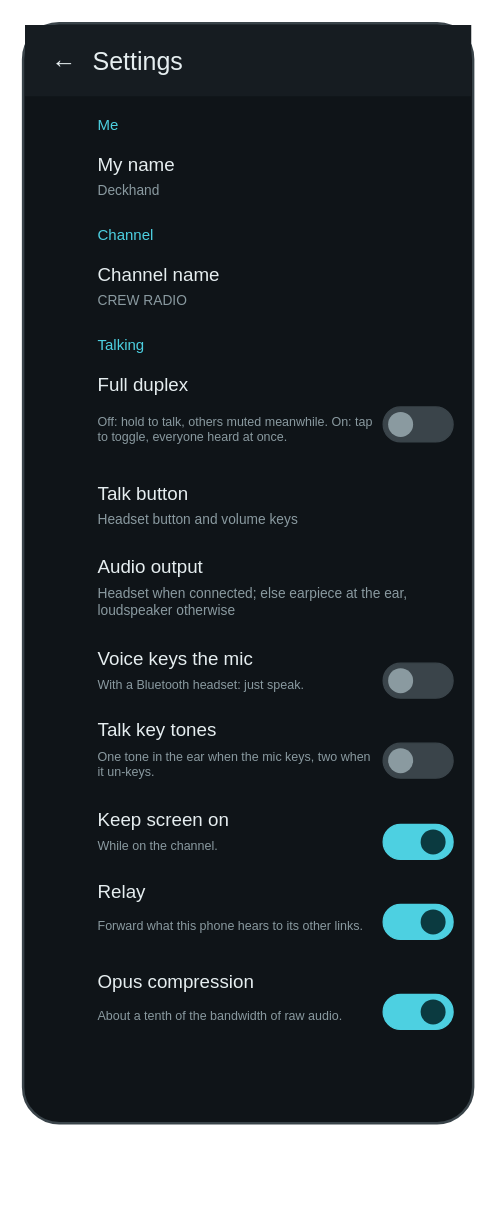
Earlier version of the draw.io diagram docs/diagrams/screen-settings.drawio (KEGustafsson/android-push-to-talk). Source tidied: cells renumbered, new cells numbered last; positions are measured from the earlier drawing's top-left corner, leaving out a move shared by most shapes. Both pictures are drawn from the tidied source at 125%, with x=0, y=0 at pixel (22, 22).
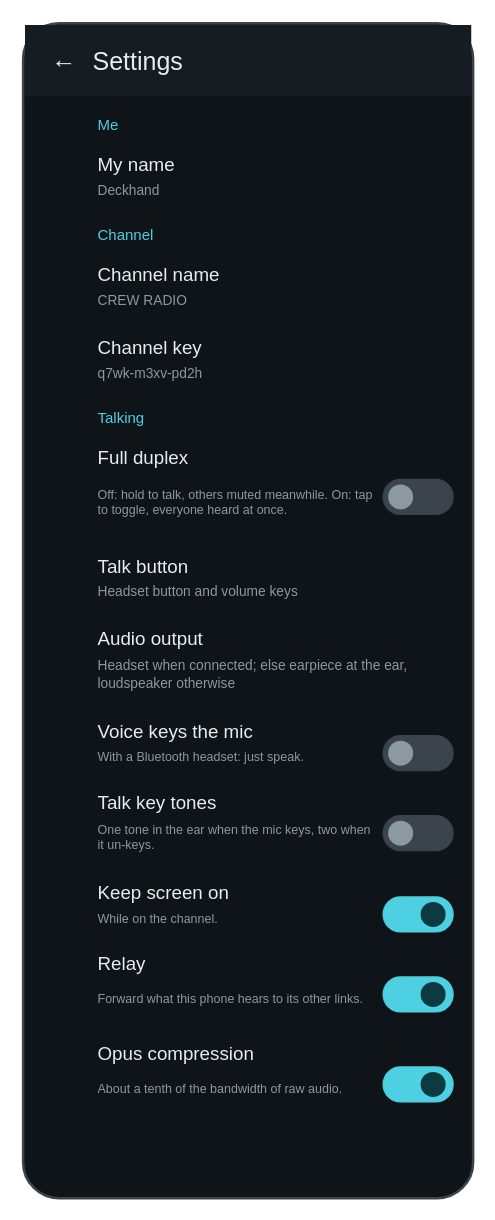
After the change.

The edit, as a diff of the source:
```diff
@@
     <mxCell id="2" style="rounded=1;arcSize=8;whiteSpace=wrap;html=1;fillColor=#0F1418;strokeColor=#3A444A;strokeWidth=2;" parent="1" vertex="1">
-      <mxGeometry width="360" height="880" as="geometry" />
+      <mxGeometry width="360" height="940" as="geometry" />
     </mxCell>
@@
-    <mxCell id="12" value="Talking" style="text;html=1;whiteSpace=wrap;align=left;verticalAlign=middle;fontSize=12;fontColor=#4DD0E1;fontFamily=Helvetica;spacing=0;" parent="1" vertex="1">
-      <mxGeometry x="60" y="248" width="200" height="20" as="geometry" />
+    <mxCell id="12" value="Channel key" style="text;html=1;whiteSpace=wrap;align=left;verticalAlign=middle;fontSize=15;fontColor=#E6EEF0;fontFamily=Helvetica;spacing=0;" parent="1" vertex="1">
+      <mxGeometry x="60" y="248" width="260" height="22" as="geometry" />
     </mxCell>
+    <mxCell id="41" value="q7wk-m3xv-pd2h" style="text;html=1;whiteSpace=wrap;align=left;verticalAlign=middle;fontSize=11;fontColor=#8A9AA0;fontFamily=Helvetica;spacing=0;" parent="1" vertex="1">
+      <mxGeometry x="60" y="270" width="260" height="20" as="geometry" />
+    </mxCell>
-    <mxCell id="13" value="Full duplex" style="text;html=1;whiteSpace=wrap;align=left;verticalAlign=middle;fontSize=15;fontColor=#E6EEF0;fontFamily=Helvetica;spacing=0;" parent="1" vertex="1">
-      <mxGeometry x="60" y="278" width="220" height="22" as="geometry" />
+    <mxCell id="13" value="Talking" style="text;html=1;whiteSpace=wrap;align=left;verticalAlign=middle;fontSize=12;fontColor=#4DD0E1;fontFamily=Helvetica;spacing=0;" parent="1" vertex="1">
+      <mxGeometry x="60" y="306" width="200" height="20" as="geometry" />
     </mxCell>
-    <mxCell id="14" value="Off: hold to talk, others muted meanwhile. On: tap to toggle, everyone heard at once." style="text;html=1;whiteSpace=wrap;align=left;verticalAlign=middle;fontSize=10;fontColor=#8A9AA0;fontFamily=Helvetica;spacing=0;" parent="1" vertex="1">
-      <mxGeometry x="60" y="300" width="220" height="49" as="geometry" />
-    </mxCell>
-    <mxCell id="15" style="rounded=1;arcSize=50;whiteSpace=wrap;html=1;fillColor=#3A444A;strokeColor=#3A444A;strokeWidth=1;fontSize=12;fontColor=#E6EEF0;fontFamily=Courier New;" parent="1" vertex="1">
-      <mxGeometry x="288" y="307" width="56" height="28" as="geometry" />
-    </mxCell>
-    <mxCell id="16" style="ellipse;whiteSpace=wrap;html=1;fillColor=#8A9AA0;strokeColor=none;" parent="1" vertex="1">
-      <mxGeometry x="292" y="311" width="20" height="20" as="geometry" />
-    </mxCell>
-    <mxCell id="17" value="Talk button" style="text;html=1;whiteSpace=wrap;align=left;verticalAlign=middle;fontSize=15;fontColor=#E6EEF0;fontFamily=Helvetica;spacing=0;" parent="1" vertex="1">
-      <mxGeometry x="60" y="365" width="260" height="22" as="geometry" />
+    <mxCell id="17" value="Full duplex" style="text;html=1;whiteSpace=wrap;align=left;verticalAlign=middle;fontSize=15;fontColor=#E6EEF0;fontFamily=Helvetica;spacing=0;" parent="1" vertex="1">
+      <mxGeometry x="60" y="336" width="220" height="22" as="geometry" />
     </mxCell>
-    <mxCell id="18" value="Headset button and volume keys" style="text;html=1;whiteSpace=wrap;align=left;verticalAlign=middle;fontSize=11;fontColor=#8A9AA0;fontFamily=Helvetica;spacing=0;" parent="1" vertex="1">
-      <mxGeometry x="60" y="387" width="260" height="20" as="geometry" />
+    <mxCell id="18" value="Off: hold to talk, others muted meanwhile. On: tap to toggle, everyone heard at once." style="text;html=1;whiteSpace=wrap;align=left;verticalAlign=middle;fontSize=10;fontColor=#8A9AA0;fontFamily=Helvetica;spacing=0;" parent="1" vertex="1">
+      <mxGeometry x="60" y="358" width="220" height="49" as="geometry" />
     </mxCell>
+    <mxCell id="42" style="rounded=1;arcSize=50;whiteSpace=wrap;html=1;fillColor=#3A444A;strokeColor=#3A444A;strokeWidth=1;fontSize=12;fontColor=#E6EEF0;fontFamily=Courier New;" parent="1" vertex="1">
+      <mxGeometry x="288" y="365" width="56" height="28" as="geometry" />
+    </mxCell>
+    <mxCell id="43" style="ellipse;whiteSpace=wrap;html=1;fillColor=#8A9AA0;strokeColor=none;" parent="1" vertex="1">
+      <mxGeometry x="292" y="369" width="20" height="20" as="geometry" />
+    </mxCell>
-    <mxCell id="19" value="Audio output" style="text;html=1;whiteSpace=wrap;align=left;verticalAlign=middle;fontSize=15;fontColor=#E6EEF0;fontFamily=Helvetica;spacing=0;" parent="1" vertex="1">
+    <mxCell id="19" value="Talk button" style="text;html=1;whiteSpace=wrap;align=left;verticalAlign=middle;fontSize=15;fontColor=#E6EEF0;fontFamily=Helvetica;spacing=0;" parent="1" vertex="1">
       <mxGeometry x="60" y="423" width="260" height="22" as="geometry" />
     </mxCell>
-    <mxCell id="20" value="Headset when connected; else earpiece at the ear, loudspeaker otherwise" style="text;html=1;whiteSpace=wrap;align=left;verticalAlign=middle;fontSize=11;fontColor=#8A9AA0;fontFamily=Helvetica;spacing=0;" parent="1" vertex="1">
-      <mxGeometry x="60" y="445" width="260" height="36" as="geometry" />
+    <mxCell id="20" value="Headset button and volume keys" style="text;html=1;whiteSpace=wrap;align=left;verticalAlign=middle;fontSize=11;fontColor=#8A9AA0;fontFamily=Helvetica;spacing=0;" parent="1" vertex="1">
+      <mxGeometry x="60" y="445" width="260" height="20" as="geometry" />
     </mxCell>
-    <mxCell id="21" value="Voice keys the mic" style="text;html=1;whiteSpace=wrap;align=left;verticalAlign=middle;fontSize=15;fontColor=#E6EEF0;fontFamily=Helvetica;spacing=0;" parent="1" vertex="1">
-      <mxGeometry x="60" y="497" width="220" height="22" as="geometry" />
+    <mxCell id="21" value="Audio output" style="text;html=1;whiteSpace=wrap;align=left;verticalAlign=middle;fontSize=15;fontColor=#E6EEF0;fontFamily=Helvetica;spacing=0;" parent="1" vertex="1">
+      <mxGeometry x="60" y="481" width="260" height="22" as="geometry" />
     </mxCell>
-    <mxCell id="22" value="With a Bluetooth headset: just speak." style="text;html=1;whiteSpace=wrap;align=left;verticalAlign=middle;fontSize=10;fontColor=#8A9AA0;fontFamily=Helvetica;spacing=0;" parent="1" vertex="1">
-      <mxGeometry x="60" y="519" width="220" height="19" as="geometry" />
+    <mxCell id="22" value="Headset when connected; else earpiece at the ear, loudspeaker otherwise" style="text;html=1;whiteSpace=wrap;align=left;verticalAlign=middle;fontSize=11;fontColor=#8A9AA0;fontFamily=Helvetica;spacing=0;" parent="1" vertex="1">
+      <mxGeometry x="60" y="503" width="260" height="36" as="geometry" />
     </mxCell>
-    <mxCell id="23" style="rounded=1;arcSize=50;whiteSpace=wrap;html=1;fillColor=#3A444A;strokeColor=#3A444A;strokeWidth=1;fontSize=12;fontColor=#E6EEF0;fontFamily=Courier New;" parent="1" vertex="1">
-      <mxGeometry x="288" y="512" width="56" height="28" as="geometry" />
-    </mxCell>
-    <mxCell id="24" style="ellipse;whiteSpace=wrap;html=1;fillColor=#8A9AA0;strokeColor=none;" parent="1" vertex="1">
-      <mxGeometry x="292" y="516" width="20" height="20" as="geometry" />
-    </mxCell>
-    <mxCell id="25" value="Talk key tones" style="text;html=1;whiteSpace=wrap;align=left;verticalAlign=middle;fontSize=15;fontColor=#E6EEF0;fontFamily=Helvetica;spacing=0;" parent="1" vertex="1">
-      <mxGeometry x="60" y="554" width="220" height="22" as="geometry" />
+    <mxCell id="25" value="Voice keys the mic" style="text;html=1;whiteSpace=wrap;align=left;verticalAlign=middle;fontSize=15;fontColor=#E6EEF0;fontFamily=Helvetica;spacing=0;" parent="1" vertex="1">
+      <mxGeometry x="60" y="555" width="220" height="22" as="geometry" />
     </mxCell>
-    <mxCell id="26" value="One tone in the ear when the mic keys, two when it un-keys." style="text;html=1;whiteSpace=wrap;align=left;verticalAlign=middle;fontSize=10;fontColor=#8A9AA0;fontFamily=Helvetica;spacing=0;" parent="1" vertex="1">
-      <mxGeometry x="60" y="576" width="220" height="34" as="geometry" />
+    <mxCell id="26" value="With a Bluetooth headset: just speak." style="text;html=1;whiteSpace=wrap;align=left;verticalAlign=middle;fontSize=10;fontColor=#8A9AA0;fontFamily=Helvetica;spacing=0;" parent="1" vertex="1">
+      <mxGeometry x="60" y="577" width="220" height="19" as="geometry" />
     </mxCell>
     <mxCell id="27" style="rounded=1;arcSize=50;whiteSpace=wrap;html=1;fillColor=#3A444A;strokeColor=#3A444A;strokeWidth=1;fontSize=12;fontColor=#E6EEF0;fontFamily=Courier New;" parent="1" vertex="1">
-      <mxGeometry x="288" y="576" width="56" height="28" as="geometry" />
+      <mxGeometry x="288" y="570" width="56" height="28" as="geometry" />
     </mxCell>
     <mxCell id="28" style="ellipse;whiteSpace=wrap;html=1;fillColor=#8A9AA0;strokeColor=none;" parent="1" vertex="1">
-      <mxGeometry x="292" y="580" width="20" height="20" as="geometry" />
+      <mxGeometry x="292" y="574" width="20" height="20" as="geometry" />
     </mxCell>
-    <mxCell id="29" value="Keep screen on" style="text;html=1;whiteSpace=wrap;align=left;verticalAlign=middle;fontSize=15;fontColor=#E6EEF0;fontFamily=Helvetica;spacing=0;" parent="1" vertex="1">
-      <mxGeometry x="60" y="626" width="220" height="22" as="geometry" />
+    <mxCell id="29" value="Talk key tones" style="text;html=1;whiteSpace=wrap;align=left;verticalAlign=middle;fontSize=15;fontColor=#E6EEF0;fontFamily=Helvetica;spacing=0;" parent="1" vertex="1">
+      <mxGeometry x="60" y="612" width="220" height="22" as="geometry" />
     </mxCell>
-    <mxCell id="30" value="While on the channel." style="text;html=1;whiteSpace=wrap;align=left;verticalAlign=middle;fontSize=10;fontColor=#8A9AA0;fontFamily=Helvetica;spacing=0;" parent="1" vertex="1">
-      <mxGeometry x="60" y="648" width="220" height="19" as="geometry" />
+    <mxCell id="30" value="One tone in the ear when the mic keys, two when it un-keys." style="text;html=1;whiteSpace=wrap;align=left;verticalAlign=middle;fontSize=10;fontColor=#8A9AA0;fontFamily=Helvetica;spacing=0;" parent="1" vertex="1">
+      <mxGeometry x="60" y="634" width="220" height="34" as="geometry" />
     </mxCell>
-    <mxCell id="31" style="rounded=1;arcSize=50;whiteSpace=wrap;html=1;fillColor=#4DD0E1;strokeColor=#4DD0E1;strokeWidth=1;fontSize=12;fontColor=#E6EEF0;fontFamily=Courier New;" parent="1" vertex="1">
-      <mxGeometry x="288" y="641" width="56" height="28" as="geometry" />
+    <mxCell id="31" style="rounded=1;arcSize=50;whiteSpace=wrap;html=1;fillColor=#3A444A;strokeColor=#3A444A;strokeWidth=1;fontSize=12;fontColor=#E6EEF0;fontFamily=Courier New;" parent="1" vertex="1">
+      <mxGeometry x="288" y="634" width="56" height="28" as="geometry" />
     </mxCell>
-    <mxCell id="32" style="ellipse;whiteSpace=wrap;html=1;fillColor=#0B3A40;strokeColor=none;" parent="1" vertex="1">
-      <mxGeometry x="318" y="645" width="20" height="20" as="geometry" />
+    <mxCell id="32" style="ellipse;whiteSpace=wrap;html=1;fillColor=#8A9AA0;strokeColor=none;" parent="1" vertex="1">
+      <mxGeometry x="292" y="638" width="20" height="20" as="geometry" />
     </mxCell>
-    <mxCell id="33" value="Relay" style="text;html=1;whiteSpace=wrap;align=left;verticalAlign=middle;fontSize=15;fontColor=#E6EEF0;fontFamily=Helvetica;spacing=0;" parent="1" vertex="1">
-      <mxGeometry x="60" y="683" width="220" height="22" as="geometry" />
+    <mxCell id="33" value="Keep screen on" style="text;html=1;whiteSpace=wrap;align=left;verticalAlign=middle;fontSize=15;fontColor=#E6EEF0;fontFamily=Helvetica;spacing=0;" parent="1" vertex="1">
+      <mxGeometry x="60" y="684" width="220" height="22" as="geometry" />
     </mxCell>
-    <mxCell id="34" value="Forward what this phone hears to its other links." style="text;html=1;whiteSpace=wrap;align=left;verticalAlign=middle;fontSize=10;fontColor=#8A9AA0;fontFamily=Helvetica;spacing=0;" parent="1" vertex="1">
-      <mxGeometry x="60" y="705" width="220" height="34" as="geometry" />
+    <mxCell id="34" value="While on the channel." style="text;html=1;whiteSpace=wrap;align=left;verticalAlign=middle;fontSize=10;fontColor=#8A9AA0;fontFamily=Helvetica;spacing=0;" parent="1" vertex="1">
+      <mxGeometry x="60" y="706" width="220" height="19" as="geometry" />
     </mxCell>
     <mxCell id="35" style="rounded=1;arcSize=50;whiteSpace=wrap;html=1;fillColor=#4DD0E1;strokeColor=#4DD0E1;strokeWidth=1;fontSize=12;fontColor=#E6EEF0;fontFamily=Courier New;" parent="1" vertex="1">
-      <mxGeometry x="288" y="705" width="56" height="28" as="geometry" />
+      <mxGeometry x="288" y="699" width="56" height="28" as="geometry" />
     </mxCell>
     <mxCell id="36" style="ellipse;whiteSpace=wrap;html=1;fillColor=#0B3A40;strokeColor=none;" parent="1" vertex="1">
-      <mxGeometry x="318" y="709" width="20" height="20" as="geometry" />
+      <mxGeometry x="318" y="703" width="20" height="20" as="geometry" />
     </mxCell>
-    <mxCell id="37" value="Opus compression" style="text;html=1;whiteSpace=wrap;align=left;verticalAlign=middle;fontSize=15;fontColor=#E6EEF0;fontFamily=Helvetica;spacing=0;" parent="1" vertex="1">
-      <mxGeometry x="60" y="755" width="220" height="22" as="geometry" />
+    <mxCell id="37" value="Relay" style="text;html=1;whiteSpace=wrap;align=left;verticalAlign=middle;fontSize=15;fontColor=#E6EEF0;fontFamily=Helvetica;spacing=0;" parent="1" vertex="1">
+      <mxGeometry x="60" y="741" width="220" height="22" as="geometry" />
     </mxCell>
-    <mxCell id="38" value="About a tenth of the bandwidth of raw audio." style="text;html=1;whiteSpace=wrap;align=left;verticalAlign=middle;fontSize=10;fontColor=#8A9AA0;fontFamily=Helvetica;spacing=0;" parent="1" vertex="1">
-      <mxGeometry x="60" y="777" width="220" height="34" as="geometry" />
+    <mxCell id="38" value="Forward what this phone hears to its other links." style="text;html=1;whiteSpace=wrap;align=left;verticalAlign=middle;fontSize=10;fontColor=#8A9AA0;fontFamily=Helvetica;spacing=0;" parent="1" vertex="1">
+      <mxGeometry x="60" y="763" width="220" height="34" as="geometry" />
     </mxCell>
     <mxCell id="39" style="rounded=1;arcSize=50;whiteSpace=wrap;html=1;fillColor=#4DD0E1;strokeColor=#4DD0E1;strokeWidth=1;fontSize=12;fontColor=#E6EEF0;fontFamily=Courier New;" parent="1" vertex="1">
-      <mxGeometry x="288" y="777" width="56" height="28" as="geometry" />
+      <mxGeometry x="288" y="763" width="56" height="28" as="geometry" />
     </mxCell>
     <mxCell id="40" style="ellipse;whiteSpace=wrap;html=1;fillColor=#0B3A40;strokeColor=none;" parent="1" vertex="1">
-      <mxGeometry x="318" y="781" width="20" height="20" as="geometry" />
+      <mxGeometry x="318" y="767" width="20" height="20" as="geometry" />
     </mxCell>
+    <mxCell id="44" value="Opus compression" style="text;html=1;whiteSpace=wrap;align=left;verticalAlign=middle;fontSize=15;fontColor=#E6EEF0;fontFamily=Helvetica;spacing=0;" parent="1" vertex="1">
+      <mxGeometry x="60" y="813" width="220" height="22" as="geometry" />
+    </mxCell>
+    <mxCell id="45" value="About a tenth of the bandwidth of raw audio." style="text;html=1;whiteSpace=wrap;align=left;verticalAlign=middle;fontSize=10;fontColor=#8A9AA0;fontFamily=Helvetica;spacing=0;" parent="1" vertex="1">
+      <mxGeometry x="60" y="835" width="220" height="34" as="geometry" />
+    </mxCell>
+    <mxCell id="46" style="rounded=1;arcSize=50;whiteSpace=wrap;html=1;fillColor=#4DD0E1;strokeColor=#4DD0E1;strokeWidth=1;fontSize=12;fontColor=#E6EEF0;fontFamily=Courier New;" parent="1" vertex="1">
+      <mxGeometry x="288" y="835" width="56" height="28" as="geometry" />
+    </mxCell>
+    <mxCell id="47" style="ellipse;whiteSpace=wrap;html=1;fillColor=#0B3A40;strokeColor=none;" parent="1" vertex="1">
+      <mxGeometry x="318" y="839" width="20" height="20" as="geometry" />
+    </mxCell>
```
